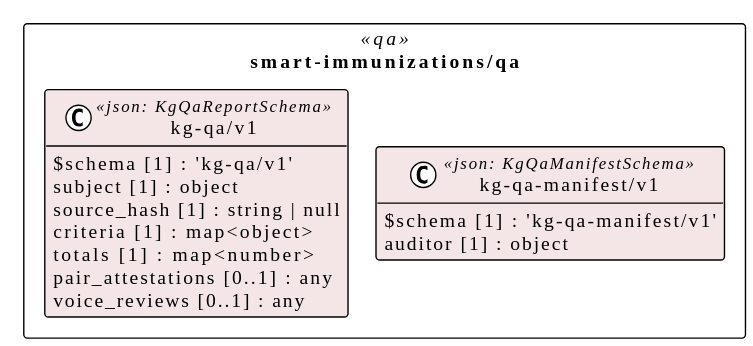
The PlantUML diagram assets/img/uml/overview/smart-immunizations/qa.svg in litlfred/smart-trust, before a commit. Its diagram source:
```plantuml
@startuml
!pragma layout elk
!theme plain
skinparam classAttributeIconSize 0
skinparam shadowing false
skinparam packageStyle rectangle
hide empty methods

package "smart-immunizations/qa" as pkg_smart_immunizations_qa <<qa>> {
  class "kg-qa/v1" as smart_immunizations_qa_kg_qa_v1_kg_qa_v1 <<json: KgQaReportSchema>> #f4e6e6 {
    $schema [1] : 'kg-qa/v1'
    subject [1] : object
    source_hash [1] : string | null
    criteria [1] : map<object>
    totals [1] : map<number>
    pair_attestations [0..1] : any
    voice_reviews [0..1] : any
  }
  class "kg-qa-manifest/v1" as smart_immunizations_qa_kg_qa_manifest_v1_kg_qa_manifest_v1 <<json: KgQaManifestSchema>> #f4e6e6 {
    $schema [1] : 'kg-qa-manifest/v1'
    auditor [1] : object
  }
}
@enduml
```
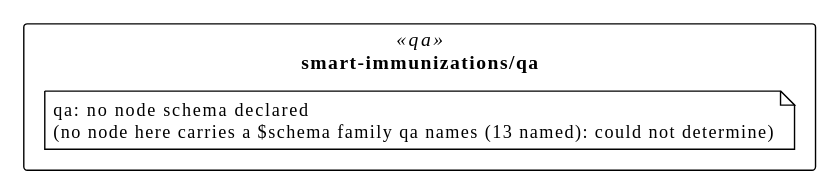
Later version of the same file.

Change to the diagram source:
```diff
@@ -7,18 +7,6 @@
 hide empty methods
 
 package "smart-immunizations/qa" as pkg_smart_immunizations_qa <<qa>> {
-  class "kg-qa/v1" as smart_immunizations_qa_kg_qa_v1_kg_qa_v1 <<json: KgQaReportSchema>> #f4e6e6 {
-    $schema [1] : 'kg-qa/v1'
-    subject [1] : object
-    source_hash [1] : string | null
-    criteria [1] : map<object>
-    totals [1] : map<number>
-    pair_attestations [0..1] : any
-    voice_reviews [0..1] : any
-  }
-  class "kg-qa-manifest/v1" as smart_immunizations_qa_kg_qa_manifest_v1_kg_qa_manifest_v1 <<json: KgQaManifestSchema>> #f4e6e6 {
-    $schema [1] : 'kg-qa-manifest/v1'
-    auditor [1] : object
-  }
+  note "qa: no node schema declared\n(no node here carries a $schema family qa names (13 named): could not determine)" as n_smart_immunizations_qa_qa
 }
 @enduml
```
